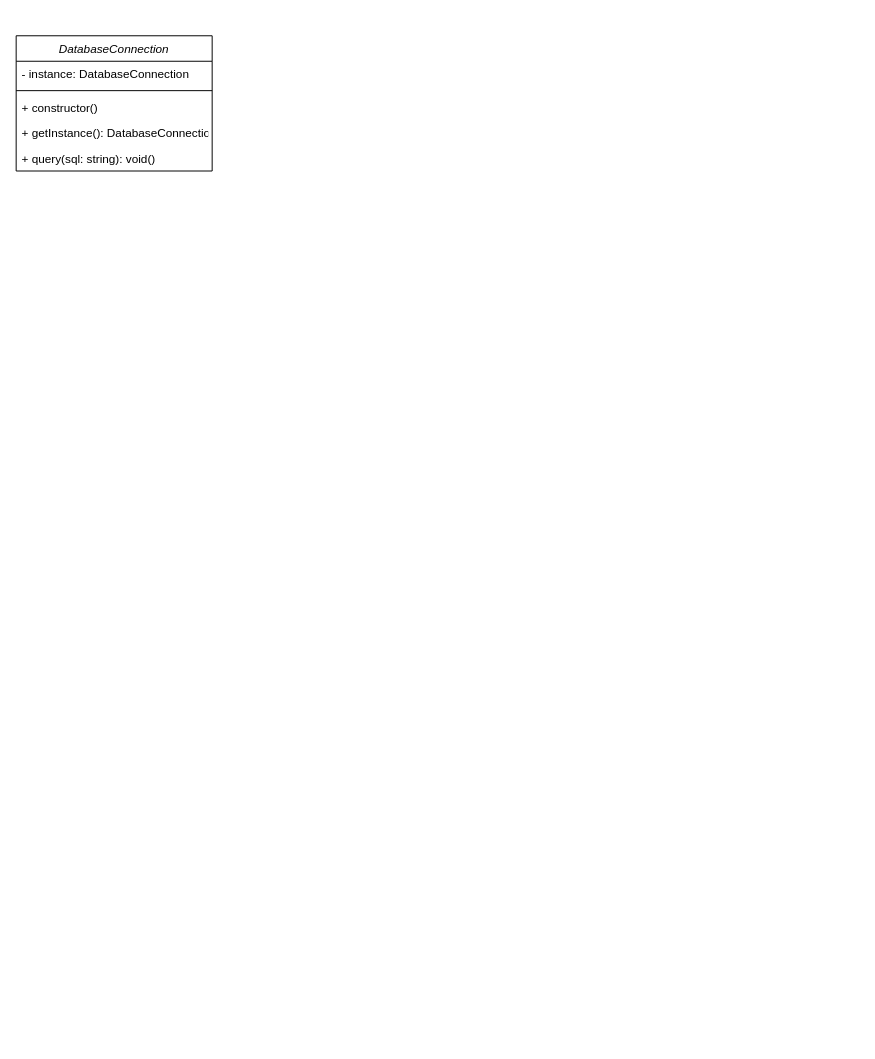
The draw.io diagram Biểu đồ không có tiêu đề.drawio in andytino/drawIO, before the edit. Source tidied: cells renumbered, new cells numbered last; positions are measured from the earlier drawing's top-left corner, leaving out a move shared by most shapes. Both pictures are drawn from the tidied source at 98%, with x=0, y=0 at pixel (16, 35).
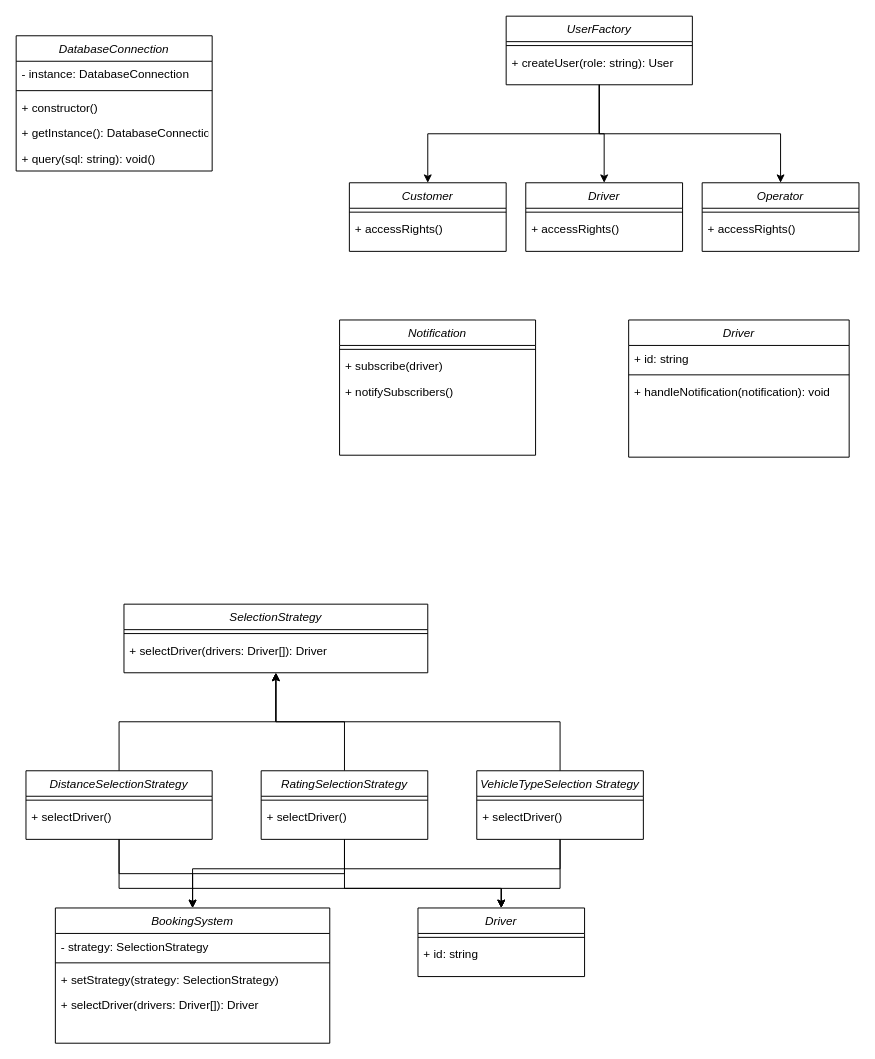
Above is the later version.

Commit message (it also covers changes not shown here):
Cập nhật Biểu đồ không có tiêu đề.drawio

The edit, as a diff of the source:
```diff
@@
+    <mxCell id="8" style="edgeStyle=orthogonalEdgeStyle;rounded=0;jettySize=auto;html=1;" parent="1" edge="1" source="11" target="14">
+      <mxGeometry relative="1" as="geometry">
+        <Array as="points">
+          <mxPoint x="595" y="100" />
+          <mxPoint x="420" y="100" />
+        </Array>
+      </mxGeometry>
+    </mxCell>
+    <mxCell id="9" style="edgeStyle=orthogonalEdgeStyle;rounded=0;jettySize=auto;html=1;" parent="1" edge="1" source="11" target="17">
+      <mxGeometry relative="1" as="geometry" />
+    </mxCell>
+    <mxCell id="10" style="edgeStyle=orthogonalEdgeStyle;rounded=0;jettySize=auto;html=1;entryX=0.5;entryY=0;entryDx=0;entryDy=0;" parent="1" edge="1" source="11" target="20">
+      <mxGeometry relative="1" as="geometry">
+        <Array as="points">
+          <mxPoint x="595" y="100" />
+          <mxPoint x="780" y="100" />
+        </Array>
+      </mxGeometry>
+    </mxCell>
+    <mxCell id="11" value="UserFactory" style="swimlane;fontStyle=2;align=center;verticalAlign=top;horizontal=1;startSize=26;rounded=0;shadow=0;strokeWidth=1;" parent="1" vertex="1">
+      <mxGeometry x="500" y="-20" width="190" height="70" as="geometry" />
+    </mxCell>
+    <mxCell id="12" style="line;html=1;strokeWidth=1;align=left;verticalAlign=middle;spacingTop=-1;spacingLeft=3;spacingRight=3;labelPosition=right;" parent="11" vertex="1">
+      <mxGeometry y="26" width="190" height="8" as="geometry" />
+    </mxCell>
+    <mxCell id="13" value="+ createUser(role: string): User" style="text;align=left;verticalAlign=top;spacingLeft=4;spacingRight=4;overflow=hidden;" parent="11" vertex="1">
+      <mxGeometry y="34" width="190" height="26" as="geometry" />
+    </mxCell>
+    <mxCell id="14" value="Customer " style="swimlane;fontStyle=2;align=center;verticalAlign=top;horizontal=1;startSize=26;rounded=0;shadow=0;strokeWidth=1;" parent="1" vertex="1">
+      <mxGeometry x="340" y="150" width="160" height="70" as="geometry" />
+    </mxCell>
+    <mxCell id="15" style="line;html=1;strokeWidth=1;align=left;verticalAlign=middle;spacingTop=-1;spacingLeft=3;spacingRight=3;labelPosition=right;" parent="14" vertex="1">
+      <mxGeometry y="26" width="160" height="8" as="geometry" />
+    </mxCell>
+    <mxCell id="16" value="+ accessRights()" style="text;align=left;verticalAlign=top;spacingLeft=4;spacingRight=4;overflow=hidden;" parent="14" vertex="1">
+      <mxGeometry y="34" width="160" height="26" as="geometry" />
+    </mxCell>
+    <mxCell id="17" value="Driver" style="swimlane;fontStyle=2;align=center;verticalAlign=top;horizontal=1;startSize=26;rounded=0;shadow=0;strokeWidth=1;" parent="1" vertex="1">
+      <mxGeometry x="520" y="150" width="160" height="70" as="geometry" />
+    </mxCell>
+    <mxCell id="18" style="line;html=1;strokeWidth=1;align=left;verticalAlign=middle;spacingTop=-1;spacingLeft=3;spacingRight=3;labelPosition=right;" parent="17" vertex="1">
+      <mxGeometry y="26" width="160" height="8" as="geometry" />
+    </mxCell>
+    <mxCell id="19" value="+ accessRights()" style="text;align=left;verticalAlign=top;spacingLeft=4;spacingRight=4;overflow=hidden;" parent="17" vertex="1">
+      <mxGeometry y="34" width="160" height="26" as="geometry" />
+    </mxCell>
+    <mxCell id="20" value="Operator" style="swimlane;fontStyle=2;align=center;verticalAlign=top;horizontal=1;startSize=26;rounded=0;shadow=0;strokeWidth=1;" parent="1" vertex="1">
+      <mxGeometry x="700" y="150" width="160" height="70" as="geometry" />
+    </mxCell>
+    <mxCell id="21" style="line;html=1;strokeWidth=1;align=left;verticalAlign=middle;spacingTop=-1;spacingLeft=3;spacingRight=3;labelPosition=right;" parent="20" vertex="1">
+      <mxGeometry y="26" width="160" height="8" as="geometry" />
+    </mxCell>
+    <mxCell id="22" value="+ accessRights()" style="text;align=left;verticalAlign=top;spacingLeft=4;spacingRight=4;overflow=hidden;" parent="20" vertex="1">
+      <mxGeometry y="34" width="160" height="26" as="geometry" />
+    </mxCell>
+    <mxCell id="23" value="Notification" style="swimlane;fontStyle=2;align=center;verticalAlign=top;horizontal=1;startSize=26;rounded=0;shadow=0;strokeWidth=1;" parent="1" vertex="1">
+      <mxGeometry x="330" y="290" width="200" height="138" as="geometry" />
+    </mxCell>
+    <mxCell id="24" style="line;html=1;strokeWidth=1;align=left;verticalAlign=middle;spacingTop=-1;spacingLeft=3;spacingRight=3;labelPosition=right;" parent="23" vertex="1">
+      <mxGeometry y="26" width="200" height="8" as="geometry" />
+    </mxCell>
+    <mxCell id="25" value="+ subscribe(driver)" style="text;align=left;verticalAlign=top;spacingLeft=4;spacingRight=4;overflow=hidden;" parent="23" vertex="1">
+      <mxGeometry y="34" width="200" height="26" as="geometry" />
+    </mxCell>
+    <mxCell id="26" value="+ notifySubscribers()" style="text;align=left;verticalAlign=top;spacingLeft=4;spacingRight=4;overflow=hidden;" parent="23" vertex="1">
+      <mxGeometry y="60" width="200" height="26" as="geometry" />
+    </mxCell>
+    <mxCell id="27" value="Driver" style="swimlane;fontStyle=2;align=center;verticalAlign=top;horizontal=1;startSize=26;rounded=0;shadow=0;strokeWidth=1;" parent="1" vertex="1">
+      <mxGeometry x="625" y="290" width="225" height="140" as="geometry" />
+    </mxCell>
+    <mxCell id="28" value="+ id: string" style="text;align=left;verticalAlign=top;spacingLeft=4;spacingRight=4;overflow=hidden;" parent="27" vertex="1">
+      <mxGeometry y="26" width="225" height="26" as="geometry" />
+    </mxCell>
+    <mxCell id="29" style="line;html=1;strokeWidth=1;align=left;verticalAlign=middle;spacingTop=-1;spacingLeft=3;spacingRight=3;labelPosition=right;" parent="27" vertex="1">
+      <mxGeometry y="52" width="225" height="8" as="geometry" />
+    </mxCell>
+    <mxCell id="30" value="+ handleNotification(notification): void" style="text;align=left;verticalAlign=top;spacingLeft=4;spacingRight=4;overflow=hidden;" parent="27" vertex="1">
+      <mxGeometry y="60" width="225" height="26" as="geometry" />
+    </mxCell>
+    <mxCell id="31" value="SelectionStrategy" style="swimlane;fontStyle=2;align=center;verticalAlign=top;horizontal=1;startSize=26;rounded=0;shadow=0;strokeWidth=1;" parent="1" vertex="1">
+      <mxGeometry x="110" y="580" width="310" height="70" as="geometry" />
+    </mxCell>
+    <mxCell id="32" style="line;html=1;strokeWidth=1;align=left;verticalAlign=middle;spacingTop=-1;spacingLeft=3;spacingRight=3;labelPosition=right;" parent="31" vertex="1">
+      <mxGeometry y="26" width="310" height="8" as="geometry" />
+    </mxCell>
+    <mxCell id="33" value="+ selectDriver(drivers: Driver[]): Driver" style="text;align=left;verticalAlign=top;spacingLeft=4;spacingRight=4;overflow=hidden;" parent="31" vertex="1">
+      <mxGeometry y="34" width="310" height="26" as="geometry" />
+    </mxCell>
+    <mxCell id="34" style="edgeStyle=orthogonalEdgeStyle;rounded=0;jettySize=auto;html=1;entryX=0.5;entryY=1;entryDx=0;entryDy=0;" parent="1" edge="1" source="37" target="31">
+      <mxGeometry relative="1" as="geometry" />
+    </mxCell>
+    <mxCell id="35" style="edgeStyle=orthogonalEdgeStyle;rounded=0;jettySize=auto;html=1;" parent="1" edge="1" source="37" target="52">
+      <mxGeometry relative="1" as="geometry" />
+    </mxCell>
+    <mxCell id="36" style="edgeStyle=orthogonalEdgeStyle;rounded=0;jettySize=auto;html=1;entryX=0.5;entryY=0;entryDx=0;entryDy=0;" parent="1" edge="1" source="37" target="57">
+      <mxGeometry relative="1" as="geometry">
+        <Array as="points">
+          <mxPoint x="105" y="870" />
+          <mxPoint x="495" y="870" />
+        </Array>
+      </mxGeometry>
+    </mxCell>
+    <mxCell id="37" value="DistanceSelectionStrategy" style="swimlane;fontStyle=2;align=center;verticalAlign=top;horizontal=1;startSize=26;rounded=0;shadow=0;strokeWidth=1;" parent="1" vertex="1">
+      <mxGeometry x="10" y="750" width="190" height="70" as="geometry" />
+    </mxCell>
+    <mxCell id="38" style="line;html=1;strokeWidth=1;align=left;verticalAlign=middle;spacingTop=-1;spacingLeft=3;spacingRight=3;labelPosition=right;" parent="37" vertex="1">
+      <mxGeometry y="26" width="190" height="8" as="geometry" />
+    </mxCell>
+    <mxCell id="39" value="+ selectDriver()" style="text;align=left;verticalAlign=top;spacingLeft=4;spacingRight=4;overflow=hidden;" parent="37" vertex="1">
+      <mxGeometry y="34" width="190" height="26" as="geometry" />
+    </mxCell>
+    <mxCell id="40" style="edgeStyle=orthogonalEdgeStyle;rounded=0;jettySize=auto;html=1;entryX=0.5;entryY=1;entryDx=0;entryDy=0;" parent="1" edge="1" source="43" target="31">
+      <mxGeometry relative="1" as="geometry" />
+    </mxCell>
+    <mxCell id="41" style="edgeStyle=orthogonalEdgeStyle;rounded=0;jettySize=auto;html=1;entryX=0.5;entryY=0;entryDx=0;entryDy=0;" parent="1" edge="1" source="43" target="52">
+      <mxGeometry relative="1" as="geometry" />
+    </mxCell>
+    <mxCell id="42" style="edgeStyle=orthogonalEdgeStyle;rounded=0;jettySize=auto;html=1;entryX=0.5;entryY=0;entryDx=0;entryDy=0;" parent="1" edge="1" source="43" target="57">
+      <mxGeometry relative="1" as="geometry">
+        <Array as="points">
+          <mxPoint x="335" y="870" />
+          <mxPoint x="495" y="870" />
+        </Array>
+      </mxGeometry>
+    </mxCell>
+    <mxCell id="43" value="RatingSelectionStrategy" style="swimlane;fontStyle=2;align=center;verticalAlign=top;horizontal=1;startSize=26;rounded=0;shadow=0;strokeWidth=1;" parent="1" vertex="1">
+      <mxGeometry x="250" y="750" width="170" height="70" as="geometry" />
+    </mxCell>
+    <mxCell id="44" style="line;html=1;strokeWidth=1;align=left;verticalAlign=middle;spacingTop=-1;spacingLeft=3;spacingRight=3;labelPosition=right;" parent="43" vertex="1">
+      <mxGeometry y="26" width="170" height="8" as="geometry" />
+    </mxCell>
+    <mxCell id="45" value="+ selectDriver()" style="text;align=left;verticalAlign=top;spacingLeft=4;spacingRight=4;overflow=hidden;" parent="43" vertex="1">
+      <mxGeometry y="34" width="170" height="26" as="geometry" />
+    </mxCell>
+    <mxCell id="46" style="edgeStyle=orthogonalEdgeStyle;rounded=0;jettySize=auto;html=1;entryX=0.5;entryY=1;entryDx=0;entryDy=0;" parent="1" edge="1" source="49" target="31">
+      <mxGeometry relative="1" as="geometry">
+        <Array as="points">
+          <mxPoint x="555" y="700" />
+          <mxPoint x="265" y="700" />
+        </Array>
+      </mxGeometry>
+    </mxCell>
+    <mxCell id="47" style="edgeStyle=orthogonalEdgeStyle;rounded=0;jettySize=auto;html=1;entryX=0.5;entryY=0;entryDx=0;entryDy=0;" parent="1" edge="1" source="49" target="52">
+      <mxGeometry relative="1" as="geometry">
+        <Array as="points">
+          <mxPoint x="555" y="850" />
+          <mxPoint x="180" y="850" />
+        </Array>
+      </mxGeometry>
+    </mxCell>
+    <mxCell id="48" style="edgeStyle=orthogonalEdgeStyle;rounded=0;jettySize=auto;html=1;entryX=0.5;entryY=0;entryDx=0;entryDy=0;" parent="1" edge="1" source="49" target="57">
+      <mxGeometry relative="1" as="geometry">
+        <Array as="points">
+          <mxPoint x="555" y="870" />
+          <mxPoint x="495" y="870" />
+        </Array>
+      </mxGeometry>
+    </mxCell>
+    <mxCell id="49" value="VehicleTypeSelection Strategy" style="swimlane;fontStyle=2;align=center;verticalAlign=top;horizontal=1;startSize=26;rounded=0;shadow=0;strokeWidth=1;" parent="1" vertex="1">
+      <mxGeometry x="470" y="750" width="170" height="70" as="geometry" />
+    </mxCell>
+    <mxCell id="50" style="line;html=1;strokeWidth=1;align=left;verticalAlign=middle;spacingTop=-1;spacingLeft=3;spacingRight=3;labelPosition=right;" parent="49" vertex="1">
+      <mxGeometry y="26" width="170" height="8" as="geometry" />
+    </mxCell>
+    <mxCell id="51" value="+ selectDriver()" style="text;align=left;verticalAlign=top;spacingLeft=4;spacingRight=4;overflow=hidden;" parent="49" vertex="1">
+      <mxGeometry y="34" width="170" height="26" as="geometry" />
+    </mxCell>
+    <mxCell id="52" value="BookingSystem" style="swimlane;fontStyle=2;align=center;verticalAlign=top;horizontal=1;startSize=26;rounded=0;shadow=0;strokeWidth=1;" parent="1" vertex="1">
+      <mxGeometry x="40" y="890" width="280" height="138" as="geometry" />
+    </mxCell>
+    <mxCell id="53" value="- strategy: SelectionStrategy" style="text;align=left;verticalAlign=top;spacingLeft=4;spacingRight=4;overflow=hidden;" parent="52" vertex="1">
+      <mxGeometry y="26" width="280" height="26" as="geometry" />
+    </mxCell>
+    <mxCell id="54" style="line;html=1;strokeWidth=1;align=left;verticalAlign=middle;spacingTop=-1;spacingLeft=3;spacingRight=3;labelPosition=right;" parent="52" vertex="1">
+      <mxGeometry y="52" width="280" height="8" as="geometry" />
+    </mxCell>
+    <mxCell id="55" value="+ setStrategy(strategy: SelectionStrategy)" style="text;align=left;verticalAlign=top;spacingLeft=4;spacingRight=4;overflow=hidden;" parent="52" vertex="1">
+      <mxGeometry y="60" width="280" height="26" as="geometry" />
+    </mxCell>
+    <mxCell id="56" value="+ selectDriver(drivers: Driver[]): Driver" style="text;align=left;verticalAlign=top;spacingLeft=4;spacingRight=4;overflow=hidden;" parent="52" vertex="1">
+      <mxGeometry y="86" width="280" height="26" as="geometry" />
+    </mxCell>
+    <mxCell id="57" value="Driver" style="swimlane;fontStyle=2;align=center;verticalAlign=top;horizontal=1;startSize=26;rounded=0;shadow=0;strokeWidth=1;" parent="1" vertex="1">
+      <mxGeometry x="410" y="890" width="170" height="70" as="geometry" />
+    </mxCell>
+    <mxCell id="58" style="line;html=1;strokeWidth=1;align=left;verticalAlign=middle;spacingTop=-1;spacingLeft=3;spacingRight=3;labelPosition=right;" parent="57" vertex="1">
+      <mxGeometry y="26" width="170" height="8" as="geometry" />
+    </mxCell>
+    <mxCell id="59" value="+ id: string" style="text;align=left;verticalAlign=top;spacingLeft=4;spacingRight=4;overflow=hidden;" parent="57" vertex="1">
+      <mxGeometry y="34" width="170" height="26" as="geometry" />
+    </mxCell>
```
